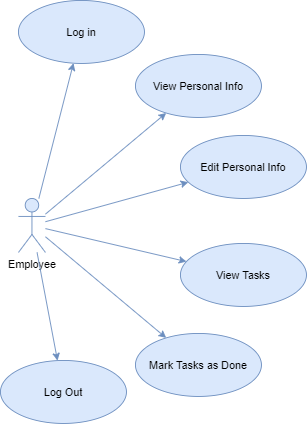
Earlier version of the draw.io export Diagrams/Drafts/Use Case Diagrams/Employee.png (eseferi18/Farming_Management_System). Source tidied: cells renumbered, new cells last; positions are measured from the earlier drawing's top-left corner, leaving out a move shared by most shapes.
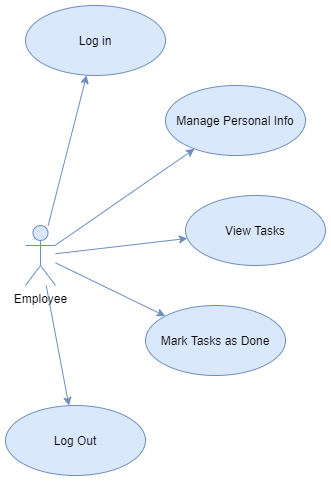
The same file after the commit.

Change to the diagram source:
```diff
@@ -11,20 +11,14 @@
     <mxCell id="4" style="endArrow=classic;html=1;fillColor=#dae8fc;strokeColor=#6c8ebf;" parent="1" edge="1" source="2" target="3">
       <mxGeometry relative="1" as="geometry" />
     </mxCell>
-    <mxCell id="5" value="View Personal Info" style="ellipse;whiteSpace=wrap;html=1;fillColor=#dae8fc;strokeColor=#6c8ebf;" parent="1" vertex="1">
-      <mxGeometry x="150" y="60" width="140" height="70" as="geometry" />
+    <mxCell id="5" value="Manage Personal Info" style="ellipse;whiteSpace=wrap;html=1;fillColor=#dae8fc;strokeColor=#6c8ebf;" parent="1" vertex="1">
+      <mxGeometry x="160" y="80" width="140" height="70" as="geometry" />
     </mxCell>
     <mxCell id="6" style="endArrow=classic;html=1;fillColor=#dae8fc;strokeColor=#6c8ebf;" parent="1" edge="1" source="2" target="5">
       <mxGeometry relative="1" as="geometry" />
     </mxCell>
-    <mxCell id="7" value="Edit Personal Info" style="ellipse;whiteSpace=wrap;html=1;fillColor=#dae8fc;strokeColor=#6c8ebf;" parent="1" vertex="1">
-      <mxGeometry x="200" y="150" width="140" height="70" as="geometry" />
-    </mxCell>
-    <mxCell id="8" style="endArrow=classic;html=1;fillColor=#dae8fc;strokeColor=#6c8ebf;" parent="1" edge="1" source="2" target="7">
-      <mxGeometry relative="1" as="geometry" />
-    </mxCell>
     <mxCell id="9" value="View Tasks" style="ellipse;whiteSpace=wrap;html=1;fillColor=#dae8fc;strokeColor=#6c8ebf;" parent="1" vertex="1">
-      <mxGeometry x="200" y="270" width="140" height="70" as="geometry" />
+      <mxGeometry x="180" y="190" width="140" height="70" as="geometry" />
     </mxCell>
     <mxCell id="10" style="endArrow=classic;html=1;fillColor=#dae8fc;strokeColor=#6c8ebf;" parent="1" edge="1" source="2" target="9">
       <mxGeometry relative="1" as="geometry" />
@@ -33,7 +27,7 @@
       <mxGeometry relative="1" as="geometry" />
     </mxCell>
     <mxCell id="12" value="Mark Tasks as Done" style="ellipse;whiteSpace=wrap;html=1;fillColor=#dae8fc;strokeColor=#6c8ebf;" parent="1" vertex="1">
-      <mxGeometry x="150" y="370" width="140" height="70" as="geometry" />
+      <mxGeometry x="140" y="300" width="140" height="70" as="geometry" />
     </mxCell>
     <mxCell id="13" value="Log Out" style="ellipse;whiteSpace=wrap;html=1;fillColor=#dae8fc;strokeColor=#6c8ebf;" parent="1" vertex="1">
       <mxGeometry y="400" width="140" height="70" as="geometry" />
```
